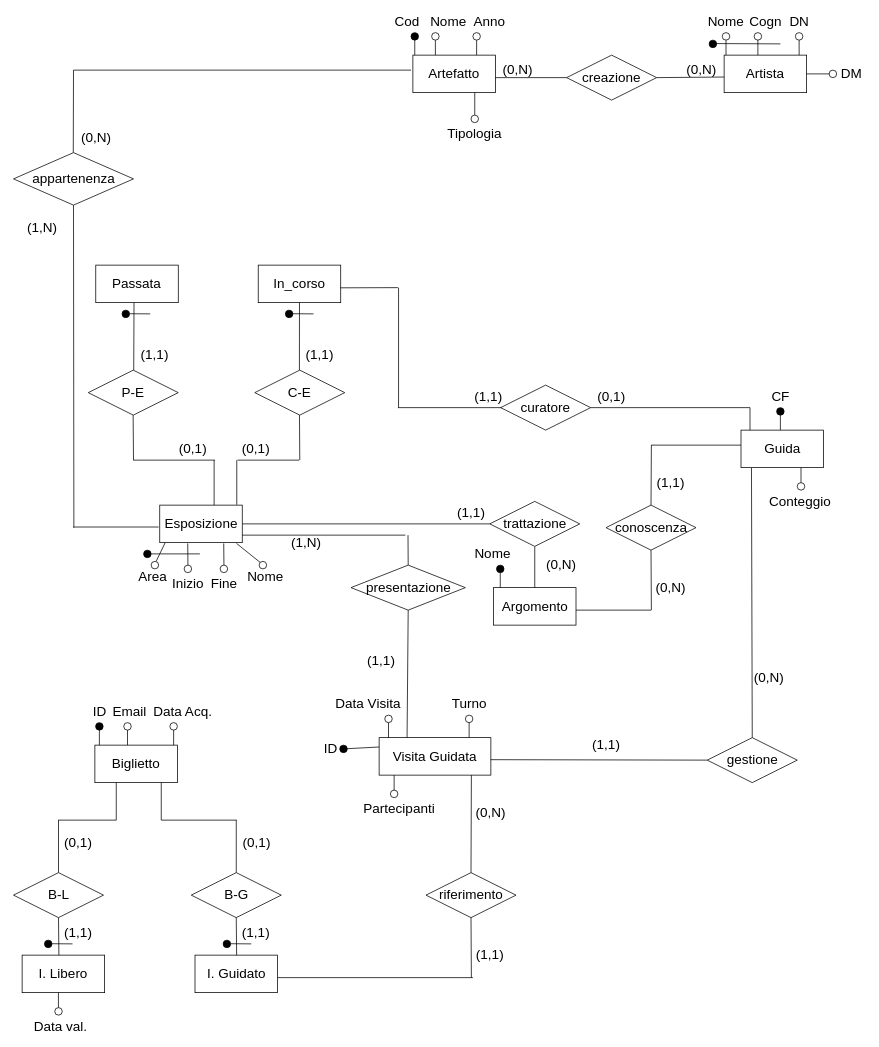
Above: Er_Ristrutturato_v3.drawio in Chris-Libra-Unipd/ProgettoBasi (draw.io), before the change. Source tidied: cells renumbered, new cells numbered last; positions are measured from the earlier drawing's top-left corner, leaving out a move shared by most shapes. Both pictures are drawn from the tidied source at 75%, with x=0, y=0 at pixel (14, 17).
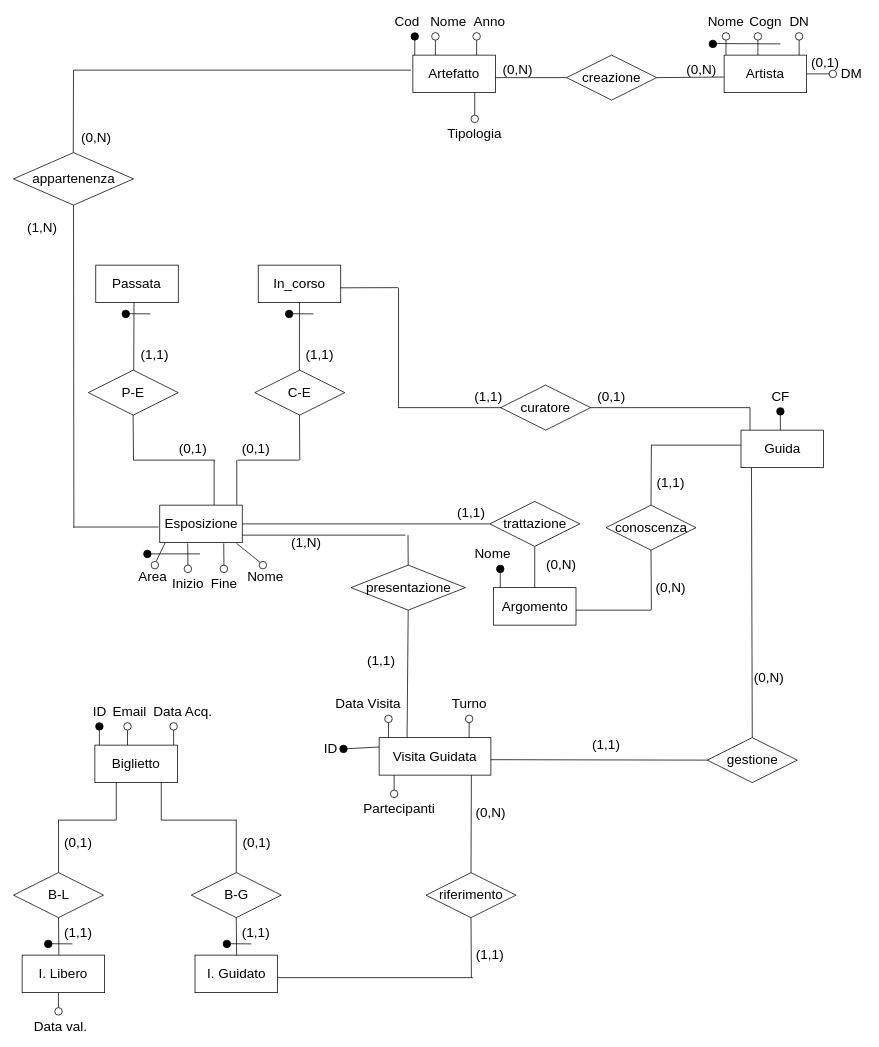
The same diagram, later.

Diff of the diagram source:
```diff
@@
-    <mxCell id="43" style="verticalLabelPosition=bottom;verticalAlign=top;html=1;shape=mxgraph.flowchart.on-page_reference;" parent="1" vertex="1">
-      <mxGeometry x="1044.5" y="620" width="10" height="10" as="geometry" />
-    </mxCell>
-    <mxCell id="44" style="endArrow=none;html=1;rounded=0;entryX=0.5;entryY=0;entryDx=0;entryDy=0;entryPerimeter=0;" parent="1" edge="1" target="43">
-      <mxGeometry relative="1" as="geometry">
-        <mxPoint x="1049.5" y="600" as="sourcePoint" />
-      </mxGeometry>
-    </mxCell>
-    <mxCell id="45" value="&lt;span style=&quot;font-size: 18px;&quot;&gt;Conteggio&lt;/span&gt;" style="text;html=1;align=center;verticalAlign=middle;whiteSpace=wrap;rounded=0;" parent="1" vertex="1">
-      <mxGeometry x="1025.5" y="640" width="45" height="10" as="geometry" />
-    </mxCell>
@@
+    <mxCell id="177" value="&lt;font style=&quot;font-size: 18px;&quot;&gt;(0,1)&lt;/font&gt;" style="text;html=1;align=center;verticalAlign=middle;whiteSpace=wrap;rounded=0;" parent="1" vertex="1">
+      <mxGeometry x="1062" y="50" width="40" height="20" as="geometry" />
+    </mxCell>
```
